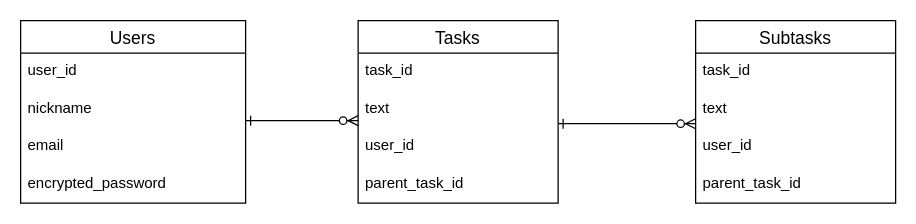
shiraishono/task_manager keeps this draw.io diagram as ER.dio. Above is the earlier version. Source tidied: cells renumbered, new cells numbered last; positions are measured from the earlier drawing's top-left corner, leaving out a move shared by most shapes. Both pictures are drawn from the tidied source at 125%, with x=0, y=0 at pixel (20, 20).
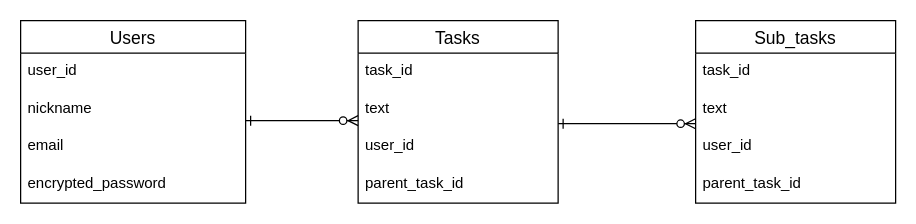
Above is the later version.

The edit, as a diff of the source:
```diff
@@
 <mxGraphModel>
   <root>
     <mxCell id="0" />
     <mxCell id="1" parent="0" />
     <mxCell id="2" value="Users" style="swimlane;fontStyle=0;horizontal=1;startSize=26;align=center;fontSize=14;" parent="1" vertex="1">
       <mxGeometry width="180" height="146" as="geometry" />
     </mxCell>
     <mxCell id="3" value="user_id" style="text;strokeColor=none;fillColor=none;spacingLeft=4;spacingRight=4;overflow=hidden;fontSize=12;" parent="2" vertex="1">
       <mxGeometry y="26" width="180" height="30" as="geometry" />
     </mxCell>
     <mxCell id="4" value="nickname" style="text;strokeColor=none;fillColor=none;spacingLeft=4;spacingRight=4;overflow=hidden;fontSize=12;" parent="2" vertex="1">
       <mxGeometry y="56" width="180" height="30" as="geometry" />
     </mxCell>
     <mxCell id="5" value="email" style="text;strokeColor=none;fillColor=none;spacingLeft=4;spacingRight=4;overflow=hidden;fontSize=12;" parent="2" vertex="1">
       <mxGeometry y="86" width="180" height="30" as="geometry" />
     </mxCell>
     <mxCell id="6" value="encrypted_password" style="text;strokeColor=none;fillColor=none;spacingLeft=4;spacingRight=4;overflow=hidden;fontSize=12;" parent="2" vertex="1">
       <mxGeometry y="116" width="180" height="30" as="geometry" />
     </mxCell>
     <mxCell id="7" value="Tasks" style="swimlane;fontStyle=0;horizontal=1;startSize=26;align=center;fontSize=14;" parent="1" vertex="1">
       <mxGeometry x="270" width="160" height="146" as="geometry" />
     </mxCell>
     <mxCell id="8" value="task_id" style="text;strokeColor=none;fillColor=none;spacingLeft=4;spacingRight=4;overflow=hidden;fontSize=12;" parent="7" vertex="1">
       <mxGeometry y="26" width="160" height="30" as="geometry" />
     </mxCell>
     <mxCell id="9" value="text" style="text;strokeColor=none;fillColor=none;spacingLeft=4;spacingRight=4;overflow=hidden;fontSize=12;" parent="7" vertex="1">
       <mxGeometry y="56" width="160" height="30" as="geometry" />
     </mxCell>
     <mxCell id="10" value="user_id" style="text;strokeColor=none;fillColor=none;spacingLeft=4;spacingRight=4;overflow=hidden;points=[[0,0.5],[1,0.5]];portConstraint=eastwest;fontSize=12;" parent="7" vertex="1">
       <mxGeometry y="86" width="160" height="30" as="geometry" />
     </mxCell>
     <mxCell id="11" value="parent_task_id" style="text;strokeColor=none;fillColor=none;spacingLeft=4;spacingRight=4;overflow=hidden;fontSize=12;" parent="7" vertex="1">
       <mxGeometry y="116" width="160" height="30" as="geometry" />
     </mxCell>
-    <mxCell id="12" value="Subtasks" style="swimlane;fontStyle=0;horizontal=1;startSize=26;align=center;fontSize=14;" parent="1" vertex="1">
+    <mxCell id="12" value="Sub_tasks" style="swimlane;fontStyle=0;horizontal=1;startSize=26;align=center;fontSize=14;" parent="1" vertex="1">
       <mxGeometry x="540" width="160" height="146" as="geometry" />
     </mxCell>
     <mxCell id="13" value="task_id" style="text;strokeColor=none;fillColor=none;spacingLeft=4;spacingRight=4;overflow=hidden;fontSize=12;" parent="12" vertex="1">
       <mxGeometry y="26" width="160" height="30" as="geometry" />
     </mxCell>
     <mxCell id="14" value="text" style="text;strokeColor=none;fillColor=none;spacingLeft=4;spacingRight=4;overflow=hidden;fontSize=12;" parent="12" vertex="1">
       <mxGeometry y="56" width="160" height="30" as="geometry" />
     </mxCell>
     <mxCell id="15" value="user_id" style="text;strokeColor=none;fillColor=none;spacingLeft=4;spacingRight=4;overflow=hidden;points=[[0,0.5],[1,0.5]];portConstraint=eastwest;fontSize=12;" parent="12" vertex="1">
       <mxGeometry y="86" width="160" height="30" as="geometry" />
     </mxCell>
     <mxCell id="16" value="parent_task_id" style="text;strokeColor=none;fillColor=none;spacingLeft=4;spacingRight=4;overflow=hidden;fontSize=12;" parent="12" vertex="1">
       <mxGeometry y="116" width="160" height="30" as="geometry" />
     </mxCell>
     <mxCell id="17" style="edgeStyle=entityRelationEdgeStyle;fontSize=12;html=1;endArrow=ERzeroToMany;endFill=1;startArrow=ERone;startFill=0;" parent="1" edge="1">
       <mxGeometry relative="1" as="geometry">
         <mxPoint x="180" y="80" as="sourcePoint" />
         <mxPoint x="270" y="80" as="targetPoint" />
       </mxGeometry>
     </mxCell>
     <mxCell id="18" style="edgeStyle=entityRelationEdgeStyle;fontSize=12;html=1;endArrow=ERzeroToMany;endFill=1;entryX=0;entryY=-0.117;entryDx=0;entryDy=0;entryPerimeter=0;exitX=1;exitY=-0.117;exitDx=0;exitDy=0;exitPerimeter=0;startArrow=ERone;startFill=0;" parent="1" edge="1" source="10" target="15">
       <mxGeometry relative="1" as="geometry" />
     </mxCell>
   </root>
 </mxGraphModel>
```
